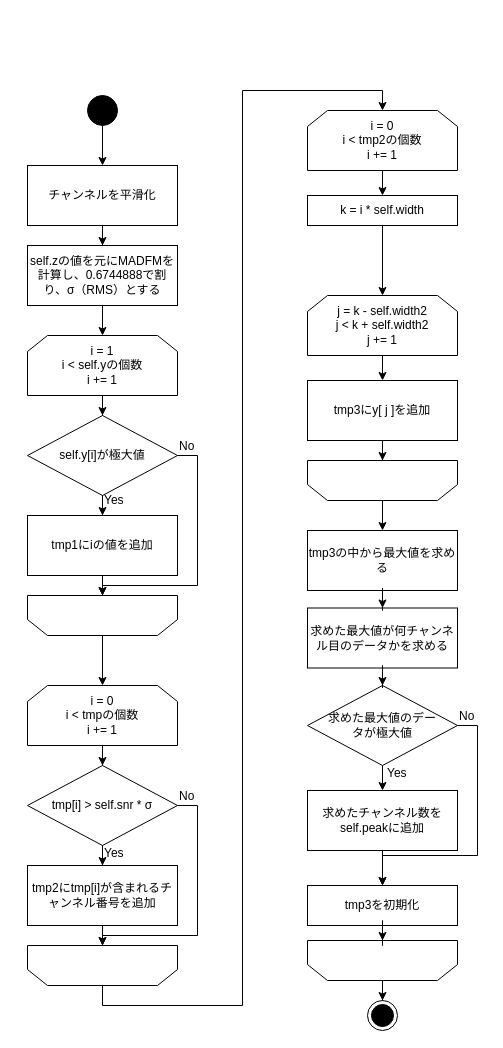
yhamae/spectrum_analyser_tool keeps this draw.io diagram as page "find" (3 of 6) of spectrum_analyser_tool.drawio.xml. Above is the earlier version. Source tidied: cells renumbered, new cells numbered last; positions are measured from the earlier drawing's top-left corner, leaving out a move shared by most shapes. Both pictures are drawn from the tidied source at 100%, with x=0, y=0 at pixel (27, 95).
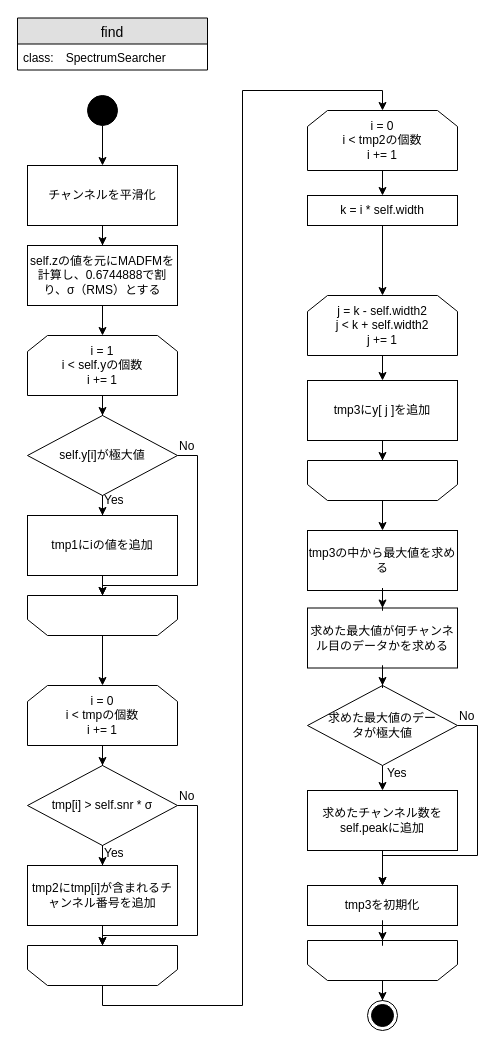
After the change.

Diff of the diagram source:
```diff
@@
+    <mxCell id="56" value="find" style="swimlane;fontStyle=0;horizontal=1;startSize=26;fillColor=#e0e0e0;swimlaneFillColor=#ffffff;align=center;fontSize=14;labelBackgroundColor=none;strokeColor=#000000;fontFamily=BIZ-UDPGothic;" parent="1" vertex="1">
+      <mxGeometry x="-10" y="-77.5" width="190" height="52" as="geometry" />
+    </mxCell>
+    <mxCell id="57" value="class:　SpectrumSearcher" style="text;strokeColor=none;fillColor=none;spacingLeft=4;spacingRight=4;overflow=hidden;fontSize=12;fontFamily=BIZ-UDPGothic;" parent="56" vertex="1">
+      <mxGeometry y="26" width="190" height="26" as="geometry" />
+    </mxCell>
```
